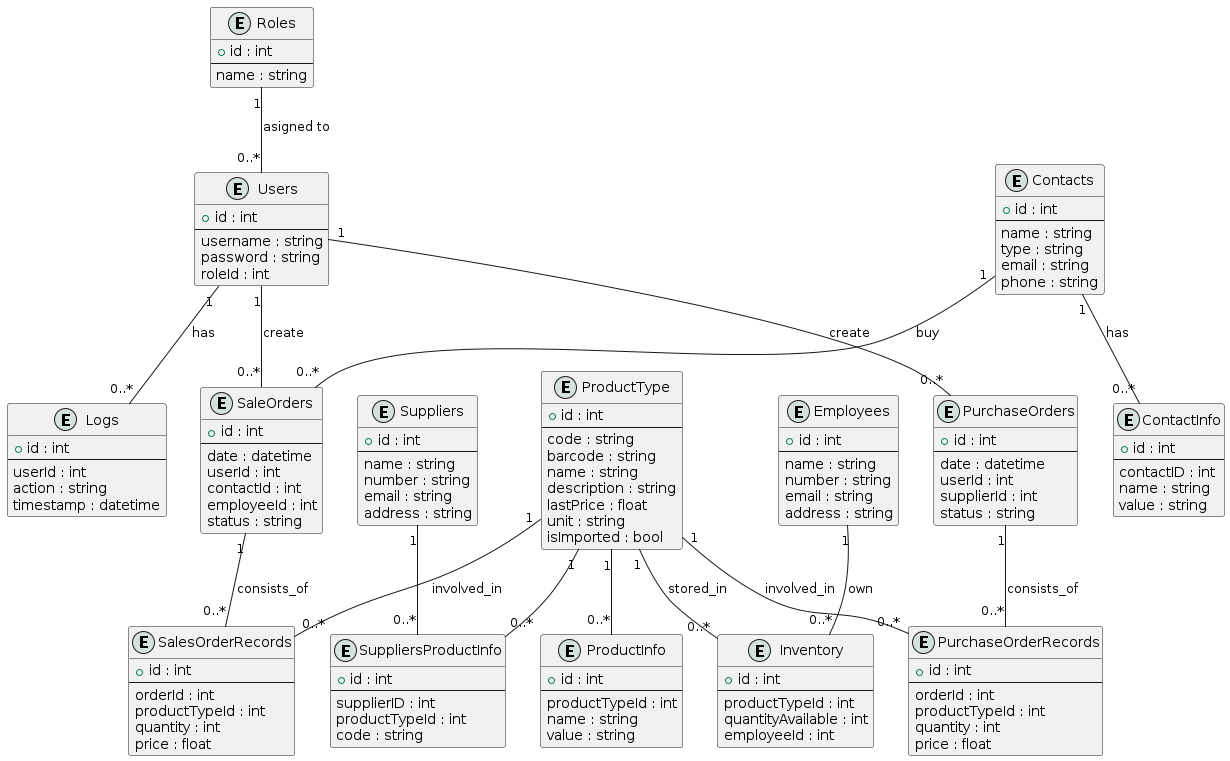
Earlier version of the PlantUML export docs/server/DB_schema.png (Sage-Cat/SageStore).
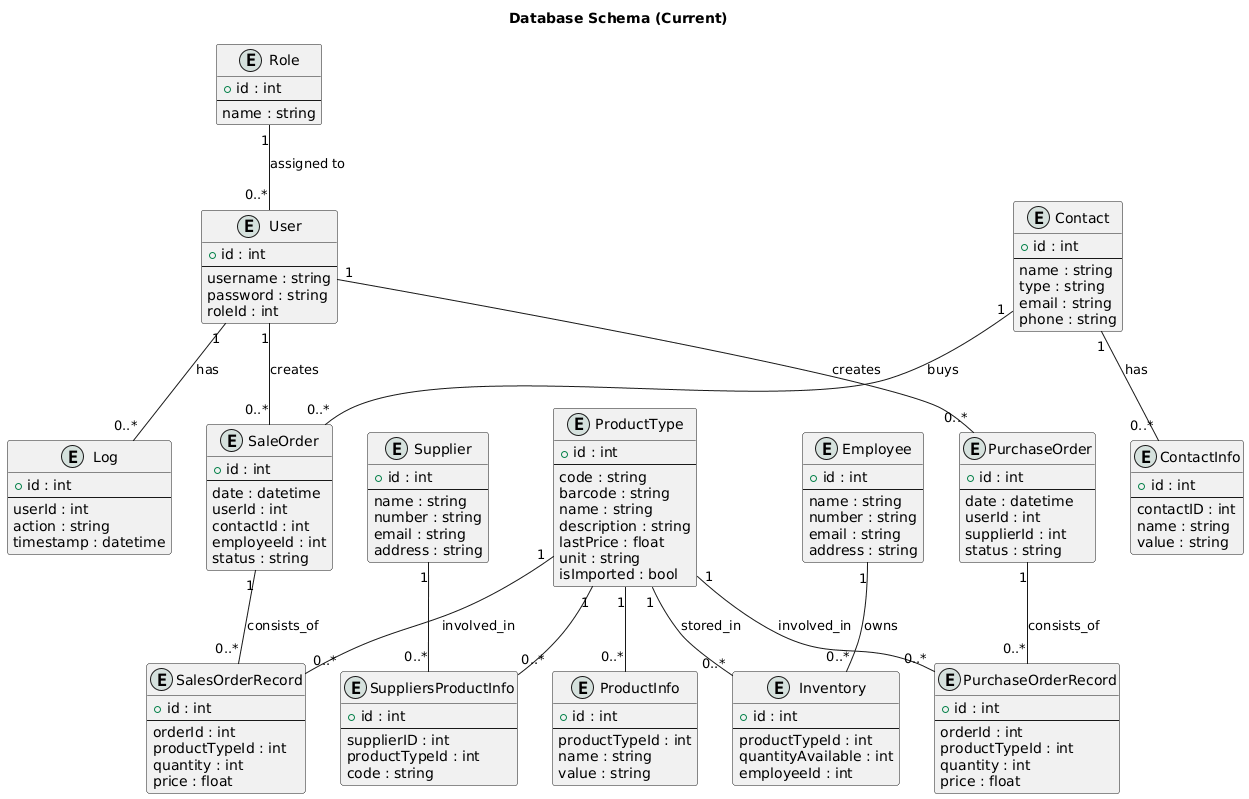
The same file after the commit.

The edit, as a diff of the source:
```diff
@@ -1,14 +1,15 @@
 @startuml
-!define table(x) class x << (T,#FFAAAA) >>
 !define entity(x) class x << (E,#D5E1DD) >>
 
-entity("Roles") {
+title Database Schema (Current)
+
+entity("Role") {
   + id : int
   --
   name : string
 }
 
-entity("Users") {
+entity("User") {
   + id : int
   --
   username : string
@@ -16,7 +17,7 @@
   roleId : int
 }
 
-entity("Logs") {
+entity("Log") {
   + id : int
   --
   userId : int
@@ -24,7 +25,7 @@
   timestamp : datetime
 }
 
-entity("Contacts") {
+entity("Contact") {
   + id : int
   --
   name : string
@@ -41,7 +42,7 @@
   value : string
 }
 
-entity("Employees") {
+entity("Employee") {
   + id : int
   --
   name : string
@@ -50,7 +51,7 @@
   address : string
 }
 
-entity("Suppliers") {
+entity("Supplier") {
   + id : int
   --
   name : string
@@ -95,7 +96,7 @@
   employeeId : int
 }
 
-entity("SaleOrders") {
+entity("SaleOrder") {
   + id : int
   --
   date : datetime
@@ -105,8 +106,7 @@
   status : string
 }
 
-
-entity("SalesOrderRecords") {
+entity("SalesOrderRecord") {
   + id : int
   --
   orderId : int
@@ -115,7 +115,7 @@
   price : float
 }
 
-entity("PurchaseOrders") {
+entity("PurchaseOrder") {
   + id : int
   --
   date : datetime
@@ -124,7 +124,7 @@
   status : string
 }
 
-entity("PurchaseOrderRecords") {
+entity("PurchaseOrderRecord") {
   + id : int
   --
   orderId : int
@@ -133,19 +133,19 @@
   price : float
 }
 
-Roles "1" -- "0..*" Users : asigned to
-Users "1" -- "0..*" Logs : has
-Users "1" -- "0..*" SaleOrders : create
-Users "1" -- "0..*" PurchaseOrders : create
-Employees "1" -- "0..*" Inventory : own
-Contacts "1" -- "0..*" ContactInfo : has
-Contacts "1" -- "0..*" SaleOrders : buy
+Role "1" -- "0..*" User : assigned to
+User "1" -- "0..*" Log : has
+User "1" -- "0..*" SaleOrder : creates
+User "1" -- "0..*" PurchaseOrder : creates
+Employee "1" -- "0..*" Inventory : owns
+Contact "1" -- "0..*" ContactInfo : has
+Contact "1" -- "0..*" SaleOrder : buys
 ProductType "1" -- "0..*" ProductInfo
 ProductType "1" -- "0..*" SuppliersProductInfo
-Suppliers "1" -- "0..*" SuppliersProductInfo
+Supplier "1" -- "0..*" SuppliersProductInfo
 ProductType "1" -- "0..*" Inventory : stored_in
-ProductType "1" -- "0..*" SalesOrderRecords : involved_in
-SaleOrders "1" -- "0..*" SalesOrderRecords : consists_of
-ProductType "1" -- "0..*" PurchaseOrderRecords : involved_in
-PurchaseOrders "1" -- "0..*" PurchaseOrderRecords : consists_of
+ProductType "1" -- "0..*" SalesOrderRecord : involved_in
+SaleOrder "1" -- "0..*" SalesOrderRecord : consists_of
+ProductType "1" -- "0..*" PurchaseOrderRecord : involved_in
+PurchaseOrder "1" -- "0..*" PurchaseOrderRecord : consists_of
 @enduml
```
